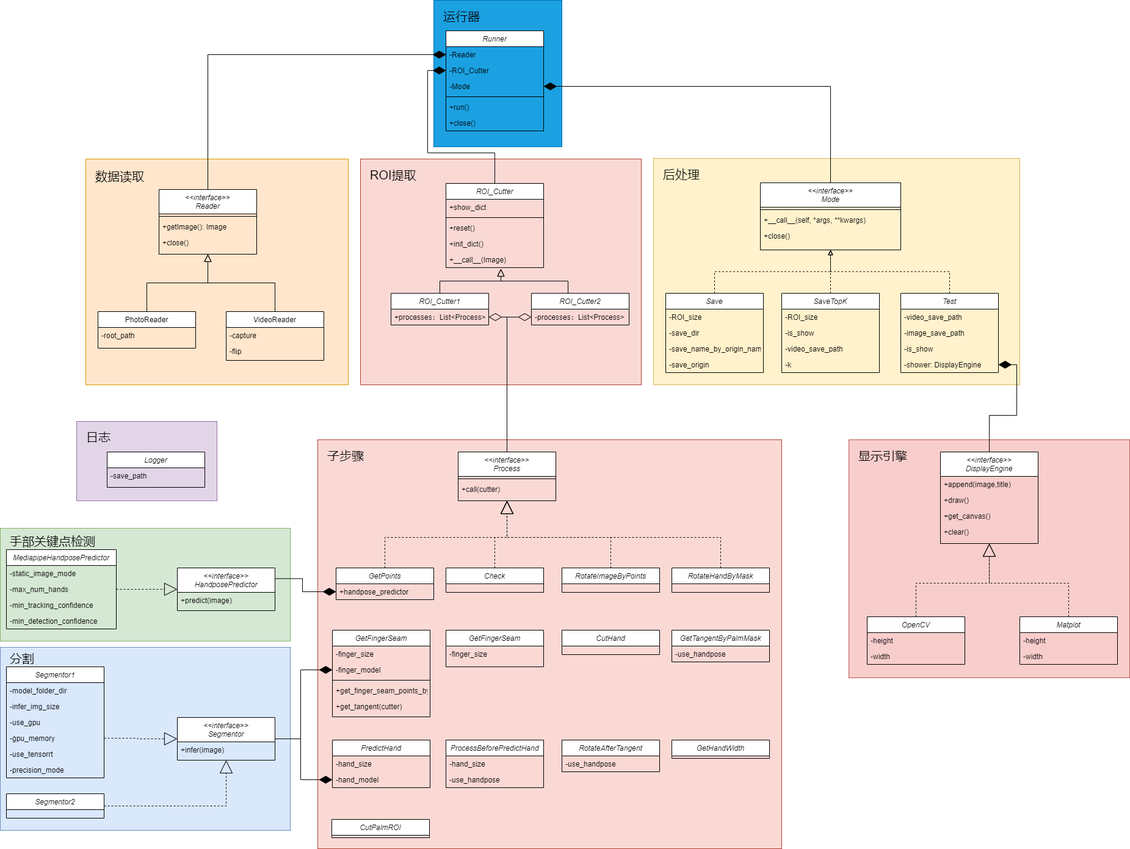
Above: 掌纹ROI提取类图.drawio.png in AlwaysGemini/Image (draw.io), before the change. Source tidied: cells renumbered, new cells last; positions are measured from the earlier drawing's top-left corner, leaving out a move shared by most shapes.
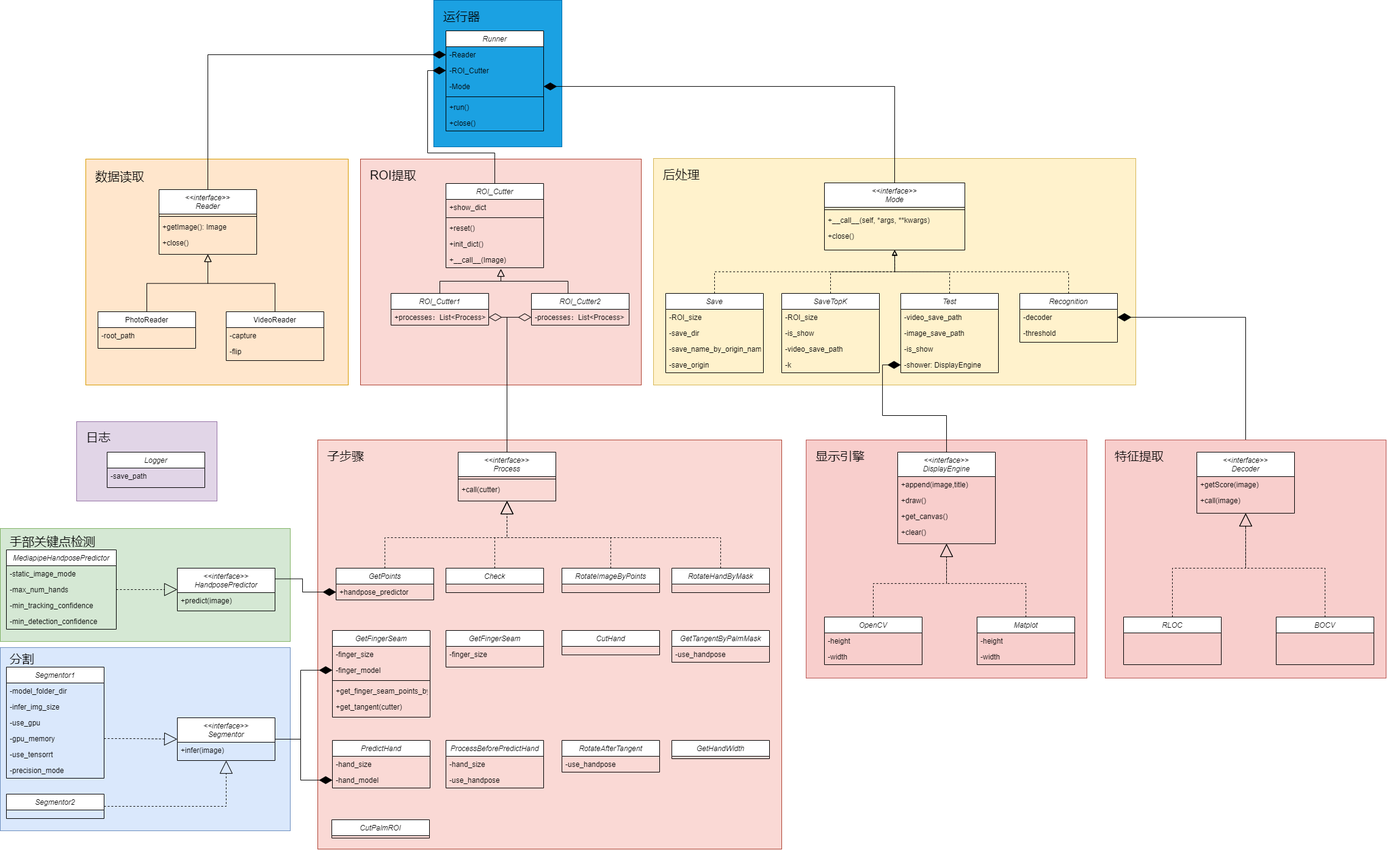
The same diagram one commit later.

Commit message:
更新掌纹ROI提取类图.drawio.png

The edit, as a diff of the source:
```diff
@@ -15,10 +15,10 @@
       <mxGeometry x="125" y="690" width="230" height="130" as="geometry" />
     </mxCell>
     <mxCell id="6" style="rounded=0;whiteSpace=wrap;html=1;fillColor=#f8cecc;strokeColor=#b85450;" parent="1" vertex="1">
-      <mxGeometry x="1390" y="720" width="460" height="390" as="geometry" />
+      <mxGeometry x="1320" y="720" width="460" height="390" as="geometry" />
     </mxCell>
     <mxCell id="7" style="rounded=0;whiteSpace=wrap;html=1;fillColor=#fff2cc;strokeColor=#d6b656;" parent="1" vertex="1">
-      <mxGeometry x="1070" y="259" width="600" height="371" as="geometry" />
+      <mxGeometry x="1070" y="259" width="790" height="371" as="geometry" />
     </mxCell>
     <mxCell id="8" style="rounded=0;whiteSpace=wrap;html=1;fillColor=#ffe6cc;strokeColor=#d79b00;" parent="1" vertex="1">
       <mxGeometry x="140" y="260" width="430" height="370" as="geometry" />
@@ -87,7 +87,7 @@
       <mxGeometry relative="1" as="geometry" />
     </mxCell>
     <mxCell id="30" value="&lt;&lt;interface&gt;&gt;&#10;Mode" style="swimlane;fontStyle=2;align=center;verticalAlign=top;horizontal=1;startSize=40;rounded=0;shadow=0;strokeWidth=1;" parent="1" vertex="1">
-      <mxGeometry x="1245" y="299" width="230" height="110" as="geometry" />
+      <mxGeometry x="1350" y="299" width="230" height="110" as="geometry" />
     </mxCell>
     <mxCell id="31" style="line;html=1;strokeWidth=1;align=left;verticalAlign=middle;spacingTop=-1;spacingLeft=3;spacingRight=3;labelPosition=right;rounded=0;" parent="30" vertex="1">
       <mxGeometry y="40" width="230" height="8" as="geometry" />
@@ -248,7 +248,7 @@
       <mxGeometry relative="1" as="geometry" />
     </mxCell>
     <mxCell id="80" value="&lt;&lt;interface&gt;&gt;&#10;DisplayEngine" style="swimlane;fontStyle=2;align=center;verticalAlign=top;horizontal=1;startSize=40;rounded=0;shadow=0;strokeWidth=1;" parent="1" vertex="1">
-      <mxGeometry x="1540" y="740" width="160" height="150" as="geometry" />
+      <mxGeometry x="1470" y="740" width="160" height="150" as="geometry" />
     </mxCell>
     <mxCell id="81" value="+append(image,title)" style="text;align=left;verticalAlign=top;spacingLeft=4;spacingRight=4;overflow=hidden;rounded=0;" parent="80" vertex="1">
       <mxGeometry y="40" width="160" height="26" as="geometry" />
@@ -266,7 +266,7 @@
       <mxGeometry relative="1" as="geometry" />
     </mxCell>
     <mxCell id="86" value="OpenCV" style="swimlane;fontStyle=2;align=center;verticalAlign=top;horizontal=1;startSize=26;rounded=0;shadow=0;strokeWidth=1;" parent="1" vertex="1">
-      <mxGeometry x="1420" y="1010" width="160" height="78" as="geometry" />
+      <mxGeometry x="1350" y="1010" width="160" height="78" as="geometry" />
     </mxCell>
     <mxCell id="87" value="-height" style="text;align=left;verticalAlign=top;spacingLeft=4;spacingRight=4;overflow=hidden;rounded=0;" parent="86" vertex="1">
       <mxGeometry y="26" width="160" height="26" as="geometry" />
@@ -278,7 +278,7 @@
       <mxGeometry relative="1" as="geometry" />
     </mxCell>
     <mxCell id="90" value="Matplot" style="swimlane;fontStyle=2;align=center;verticalAlign=top;horizontal=1;startSize=26;rounded=0;shadow=0;strokeWidth=1;" parent="1" vertex="1">
-      <mxGeometry x="1670" y="1010" width="160" height="78" as="geometry" />
+      <mxGeometry x="1600" y="1010" width="160" height="78" as="geometry" />
     </mxCell>
     <mxCell id="91" value="-height" style="text;align=left;verticalAlign=top;spacingLeft=4;spacingRight=4;overflow=hidden;rounded=0;" parent="90" vertex="1">
       <mxGeometry y="26" width="160" height="26" as="geometry" />
@@ -447,7 +447,7 @@
       <mxGeometry x="1080" y="269" width="110" height="30" as="geometry" />
     </mxCell>
     <mxCell id="144" value="显示引擎" style="text;strokeColor=none;fillColor=none;align=left;verticalAlign=middle;spacingLeft=4;spacingRight=4;overflow=hidden;opacity=0;fontSize=20;" parent="1" vertex="1">
-      <mxGeometry x="1400" y="730" width="110" height="30" as="geometry" />
+      <mxGeometry x="1330" y="730" width="110" height="30" as="geometry" />
     </mxCell>
     <mxCell id="145" value="日志" style="text;strokeColor=none;fillColor=none;align=left;verticalAlign=middle;spacingLeft=4;spacingRight=4;overflow=hidden;opacity=0;fontSize=20;" parent="1" vertex="1">
       <mxGeometry x="135" y="699" width="80" height="30" as="geometry" />
@@ -461,5 +461,47 @@
     <mxCell id="148" value="子步骤" style="text;strokeColor=none;fillColor=none;align=left;verticalAlign=middle;spacingLeft=4;spacingRight=4;overflow=hidden;opacity=0;fontSize=20;" parent="1" vertex="1">
       <mxGeometry x="530" y="730" width="80" height="30" as="geometry" />
     </mxCell>
+    <mxCell id="149" style="edgeStyle=orthogonalEdgeStyle;rounded=0;jettySize=auto;html=1;exitX=0.5;exitY=0;exitDx=0;exitDy=0;dashed=1;endArrow=block;endFill=0;endSize=7;" parent="1" edge="1" source="150" target="30">
+      <mxGeometry relative="1" as="geometry" />
+    </mxCell>
+    <mxCell id="150" value="Recognition" style="swimlane;fontStyle=2;align=center;verticalAlign=top;horizontal=1;startSize=26;rounded=0;shadow=0;strokeWidth=1;" parent="1" vertex="1">
+      <mxGeometry x="1670" y="480" width="160" height="80" as="geometry" />
+    </mxCell>
+    <mxCell id="151" value="-decoder" style="text;align=left;verticalAlign=top;spacingLeft=4;spacingRight=4;overflow=hidden;points=[[0,0.5],[1,0.5]];portConstraint=eastwest;rounded=0;" parent="150" vertex="1">
+      <mxGeometry y="26" width="160" height="26" as="geometry" />
+    </mxCell>
+    <mxCell id="152" value="-threshold" style="text;align=left;verticalAlign=top;spacingLeft=4;spacingRight=4;overflow=hidden;rounded=0;" parent="150" vertex="1">
+      <mxGeometry y="52" width="160" height="26" as="geometry" />
+    </mxCell>
+    <mxCell id="153" style="edgeStyle=orthogonalEdgeStyle;rounded=0;jettySize=auto;html=1;exitX=0.5;exitY=0;exitDx=0;exitDy=0;endArrow=diamondThin;endFill=1;endSize=20;" parent="1" edge="1" source="154" target="151">
+      <mxGeometry relative="1" as="geometry" />
+    </mxCell>
+    <mxCell id="154" style="rounded=0;whiteSpace=wrap;html=1;fillColor=#f8cecc;strokeColor=#b85450;" parent="1" vertex="1">
+      <mxGeometry x="1810" y="720" width="460" height="390" as="geometry" />
+    </mxCell>
+    <mxCell id="155" value="&lt;&lt;interface&gt;&gt;&#10;Decoder" style="swimlane;fontStyle=2;align=center;verticalAlign=top;horizontal=1;startSize=40;rounded=0;shadow=0;strokeWidth=1;" parent="1" vertex="1">
+      <mxGeometry x="1960" y="740" width="160" height="100" as="geometry" />
+    </mxCell>
+    <mxCell id="156" value="+getScore(image)" style="text;align=left;verticalAlign=top;spacingLeft=4;spacingRight=4;overflow=hidden;rounded=0;" parent="155" vertex="1">
+      <mxGeometry y="40" width="160" height="26" as="geometry" />
+    </mxCell>
+    <mxCell id="157" value="+call(image)" style="text;align=left;verticalAlign=top;spacingLeft=4;spacingRight=4;overflow=hidden;rounded=0;" parent="155" vertex="1">
+      <mxGeometry y="66" width="160" height="26" as="geometry" />
+    </mxCell>
+    <mxCell id="158" style="edgeStyle=orthogonalEdgeStyle;rounded=0;jettySize=auto;html=1;exitX=0.5;exitY=0;exitDx=0;exitDy=0;strokeWidth=1;endArrow=block;endFill=0;endSize=19;dashed=1;" parent="1" edge="1" source="159" target="155">
+      <mxGeometry relative="1" as="geometry" />
+    </mxCell>
+    <mxCell id="159" value="RLOC" style="swimlane;fontStyle=2;align=center;verticalAlign=top;horizontal=1;startSize=26;rounded=0;shadow=0;strokeWidth=1;" parent="1" vertex="1">
+      <mxGeometry x="1840" y="1010" width="160" height="78" as="geometry" />
+    </mxCell>
+    <mxCell id="160" style="edgeStyle=orthogonalEdgeStyle;rounded=0;jettySize=auto;html=1;exitX=0.5;exitY=0;exitDx=0;exitDy=0;dashed=1;strokeWidth=1;endArrow=block;endFill=0;endSize=19;" parent="1" edge="1" source="161" target="155">
+      <mxGeometry relative="1" as="geometry" />
+    </mxCell>
+    <mxCell id="161" value="BOCV" style="swimlane;fontStyle=2;align=center;verticalAlign=top;horizontal=1;startSize=26;rounded=0;shadow=0;strokeWidth=1;" parent="1" vertex="1">
+      <mxGeometry x="2090" y="1010" width="160" height="78" as="geometry" />
+    </mxCell>
+    <mxCell id="162" value="特征提取" style="text;strokeColor=none;fillColor=none;align=left;verticalAlign=middle;spacingLeft=4;spacingRight=4;overflow=hidden;opacity=0;fontSize=20;" parent="1" vertex="1">
+      <mxGeometry x="1820" y="730" width="110" height="30" as="geometry" />
+    </mxCell>
   </root>
 </mxGraphModel>
```
